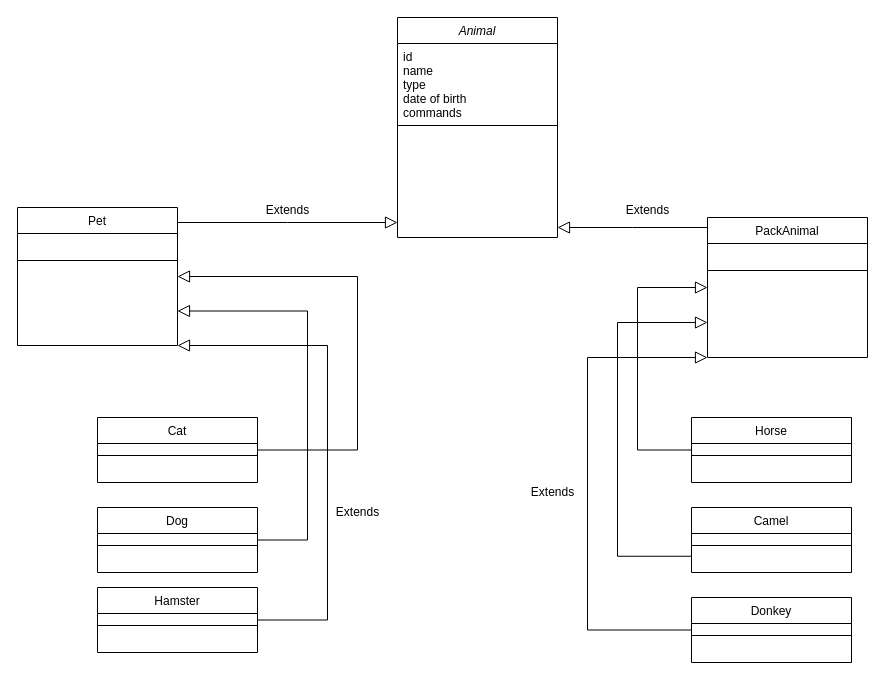
DenisBurguto/ControlWorkDec23 keeps this draw.io diagram as Drawio/DiagramAnimal.drawio. Above is the earlier version. Source tidied: cells renumbered, new cells numbered last; positions are measured from the earlier drawing's top-left corner, leaving out a move shared by most shapes. Both pictures are drawn from the tidied source at 100%, with x=0, y=0 at pixel (17, 17).
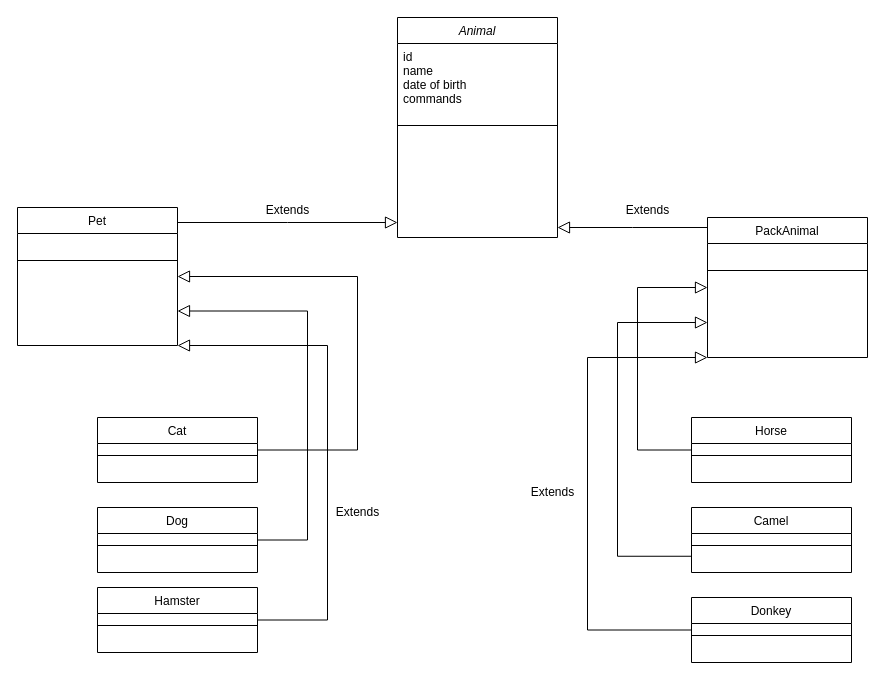
Above is the later version.

Unchanged cells that the change refers to:
```xml
<mxCell id="2" value="Animal" style="swimlane;fontStyle=2;align=center;verticalAlign=top;horizontal=1;startSize=26;rounded=0;shadow=0;strokeWidth=1;" parent="1" vertex="1">
  <mxGeometry x="380" width="160" height="220" as="geometry" />
</mxCell>
```

What changed in the source:
```diff
@@
-    <mxCell id="3" value="id&#10;name&#10;type&#10;date of birth&#10;commands" style="text;align=left;verticalAlign=top;spacingLeft=4;spacingRight=4;overflow=hidden;rounded=0;shadow=0;html=0;" parent="2" vertex="1">
+    <mxCell id="3" value="id&#10;name&#10;date of birth&#10;commands" style="text;align=left;verticalAlign=top;spacingLeft=4;spacingRight=4;overflow=hidden;rounded=0;shadow=0;html=0;" parent="2" vertex="1">
       <mxGeometry y="26" width="160" height="78" as="geometry" />
     </mxCell>
```
